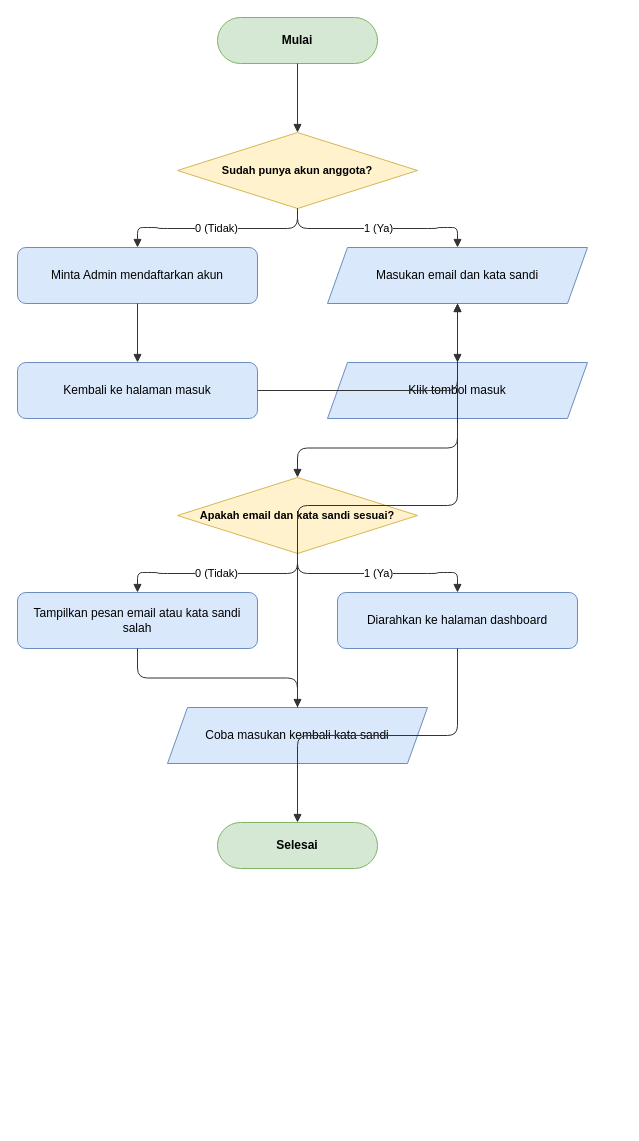
Before: docs/diagrams/flowchart/flowchart-login.drawio in dimstyle/ruang-baca, a draw.io diagram. Source tidied: cells renumbered, new cells numbered last; positions are measured from the earlier drawing's top-left corner, leaving out a move shared by most shapes. Both pictures are drawn from the tidied source at 100%, with x=0, y=0 at pixel (17, 17).
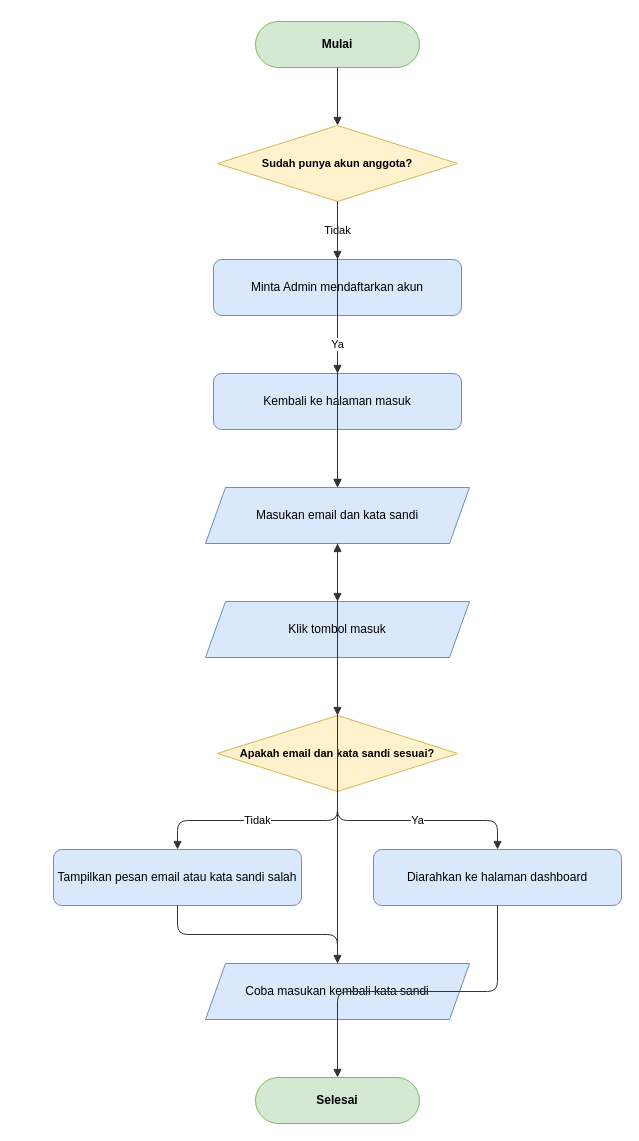
The same page after the edit.

Change to the diagram source:
```diff
@@
     <mxCell id="2" value="Mulai" style="rounded=1;whiteSpace=wrap;html=1;arcSize=50;fillColor=#d5e8d4;strokeColor=#82b366;fontStyle=1;fontSize=12;" parent="1" vertex="1">
-      <mxGeometry x="200" width="160" height="46" as="geometry" />
+      <mxGeometry x="238" y="4" width="164" height="46" as="geometry" />
     </mxCell>
     <mxCell id="3" value="Sudah punya akun anggota?" style="rhombus;whiteSpace=wrap;html=1;fillColor=#fff2cc;strokeColor=#d6b656;fontStyle=1;fontSize=11;" parent="1" vertex="1">
-      <mxGeometry x="160" y="115" width="240" height="76" as="geometry" />
+      <mxGeometry x="200" y="108" width="240" height="76" as="geometry" />
     </mxCell>
     <mxCell id="4" value="Minta Admin mendaftarkan akun" style="rounded=1;whiteSpace=wrap;html=1;fillColor=#dae8fc;strokeColor=#6c8ebf;fontSize=12;" parent="1" vertex="1">
-      <mxGeometry y="230" width="240" height="56" as="geometry" />
+      <mxGeometry x="196" y="242" width="248" height="56" as="geometry" />
     </mxCell>
+    <mxCell id="6" value="Kembali ke halaman masuk" style="rounded=1;whiteSpace=wrap;html=1;fillColor=#dae8fc;strokeColor=#6c8ebf;fontSize=12;" parent="1" vertex="1">
+      <mxGeometry x="196" y="356" width="248" height="56" as="geometry" />
+    </mxCell>
     <mxCell id="5" value="Masukan email dan kata sandi" style="shape=parallelogram;perimeter=parallelogramPerimeter;whiteSpace=wrap;html=1;fixedSize=1;fillColor=#dae8fc;strokeColor=#6c8ebf;fontSize=12;" parent="1" vertex="1">
-      <mxGeometry x="310" y="230" width="260" height="56" as="geometry" />
+      <mxGeometry x="188" y="470" width="264" height="56" as="geometry" />
     </mxCell>
-    <mxCell id="6" value="Kembali ke halaman masuk" style="rounded=1;whiteSpace=wrap;html=1;fillColor=#dae8fc;strokeColor=#6c8ebf;fontSize=12;" parent="1" vertex="1">
-      <mxGeometry y="345" width="240" height="56" as="geometry" />
-    </mxCell>
     <mxCell id="7" value="Klik tombol masuk" style="shape=parallelogram;perimeter=parallelogramPerimeter;whiteSpace=wrap;html=1;fixedSize=1;fillColor=#dae8fc;strokeColor=#6c8ebf;fontSize=12;" parent="1" vertex="1">
-      <mxGeometry x="310" y="345" width="260" height="56" as="geometry" />
+      <mxGeometry x="188" y="584" width="264" height="56" as="geometry" />
     </mxCell>
     <mxCell id="8" value="Apakah email dan kata sandi sesuai?" style="rhombus;whiteSpace=wrap;html=1;fillColor=#fff2cc;strokeColor=#d6b656;fontStyle=1;fontSize=11;" parent="1" vertex="1">
-      <mxGeometry x="160" y="460" width="240" height="76" as="geometry" />
+      <mxGeometry x="200" y="698" width="240" height="76" as="geometry" />
     </mxCell>
     <mxCell id="9" value="Tampilkan pesan email atau kata sandi salah" style="rounded=1;whiteSpace=wrap;html=1;fillColor=#dae8fc;strokeColor=#6c8ebf;fontSize=12;" parent="1" vertex="1">
-      <mxGeometry y="575" width="240" height="56" as="geometry" />
+      <mxGeometry x="36" y="832" width="248" height="56" as="geometry" />
     </mxCell>
     <mxCell id="10" value="Diarahkan ke halaman dashboard" style="rounded=1;whiteSpace=wrap;html=1;fillColor=#dae8fc;strokeColor=#6c8ebf;fontSize=12;" parent="1" vertex="1">
-      <mxGeometry x="320" y="575" width="240" height="56" as="geometry" />
+      <mxGeometry x="356" y="832" width="248" height="56" as="geometry" />
     </mxCell>
     <mxCell id="11" value="Coba masukan kembali kata sandi" style="shape=parallelogram;perimeter=parallelogramPerimeter;whiteSpace=wrap;html=1;fixedSize=1;fillColor=#dae8fc;strokeColor=#6c8ebf;fontSize=12;" parent="1" vertex="1">
-      <mxGeometry x="150" y="690" width="260" height="56" as="geometry" />
+      <mxGeometry x="188" y="946" width="264" height="56" as="geometry" />
     </mxCell>
     <mxCell id="12" value="Selesai" style="rounded=1;whiteSpace=wrap;html=1;arcSize=50;fillColor=#d5e8d4;strokeColor=#82b366;fontStyle=1;fontSize=12;" parent="1" vertex="1">
-      <mxGeometry x="200" y="805" width="160" height="46" as="geometry" />
+      <mxGeometry x="238" y="1060" width="164" height="46" as="geometry" />
     </mxCell>
@@
-    <mxCell id="14" value="0 (Tidak)" style="edgeStyle=orthogonalEdgeStyle;rounded=1;jettySize=auto;html=1;endArrow=block;endFill=1;strokeColor=#333333;fontSize=11;labelBackgroundColor=#ffffff;" parent="1" edge="1" source="3" target="4">
+    <mxCell id="14" value="Tidak" style="edgeStyle=orthogonalEdgeStyle;rounded=1;jettySize=auto;html=1;endArrow=block;endFill=1;strokeColor=#333333;fontSize=11;labelBackgroundColor=#ffffff;" parent="1" edge="1" source="3" target="4">
       <mxGeometry relative="1" as="geometry" />
     </mxCell>
@@
-    <mxCell id="17" value="1 (Ya)" style="edgeStyle=orthogonalEdgeStyle;rounded=1;jettySize=auto;html=1;endArrow=block;endFill=1;strokeColor=#333333;fontSize=11;labelBackgroundColor=#ffffff;" parent="1" edge="1" source="3" target="5">
+    <mxCell id="17" value="Ya" style="edgeStyle=orthogonalEdgeStyle;rounded=1;jettySize=auto;html=1;endArrow=block;endFill=1;strokeColor=#333333;fontSize=11;labelBackgroundColor=#ffffff;" parent="1" edge="1" source="3" target="5">
       <mxGeometry relative="1" as="geometry" />
     </mxCell>
@@
-    <mxCell id="20" value="0 (Tidak)" style="edgeStyle=orthogonalEdgeStyle;rounded=1;jettySize=auto;html=1;endArrow=block;endFill=1;strokeColor=#333333;fontSize=11;labelBackgroundColor=#ffffff;" parent="1" edge="1" source="8" target="9">
+    <mxCell id="20" value="Tidak" style="edgeStyle=orthogonalEdgeStyle;rounded=1;jettySize=auto;html=1;endArrow=block;endFill=1;strokeColor=#333333;fontSize=11;labelBackgroundColor=#ffffff;" parent="1" edge="1" source="8" target="9">
       <mxGeometry relative="1" as="geometry" />
     </mxCell>
@@
-    <mxCell id="23" value="1 (Ya)" style="edgeStyle=orthogonalEdgeStyle;rounded=1;jettySize=auto;html=1;endArrow=block;endFill=1;strokeColor=#333333;fontSize=11;labelBackgroundColor=#ffffff;" parent="1" edge="1" source="8" target="10">
+    <mxCell id="23" value="Ya" style="edgeStyle=orthogonalEdgeStyle;rounded=1;jettySize=auto;html=1;endArrow=block;endFill=1;strokeColor=#333333;fontSize=11;labelBackgroundColor=#ffffff;" parent="1" edge="1" source="8" target="10">
       <mxGeometry relative="1" as="geometry" />
     </mxCell>
```
